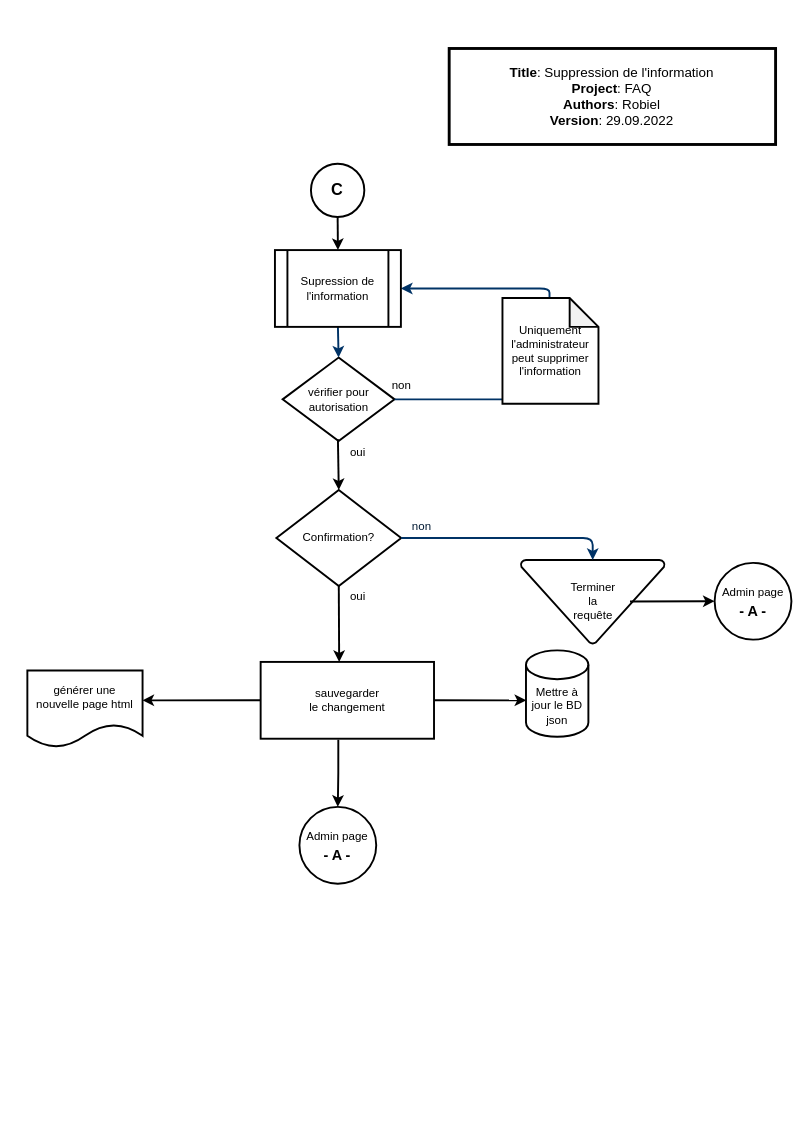
This is document/Suppression de l'information.drawio from robielTes/go_fvaj_faq, a draw.io file, before an edit. Source tidied: cells renumbered, new cells numbered last; positions are measured from the earlier drawing's top-left corner, leaving out a move shared by most shapes. Both pictures are drawn from the tidied source at 96%, with x=0, y=0 at pixel (27, 48).
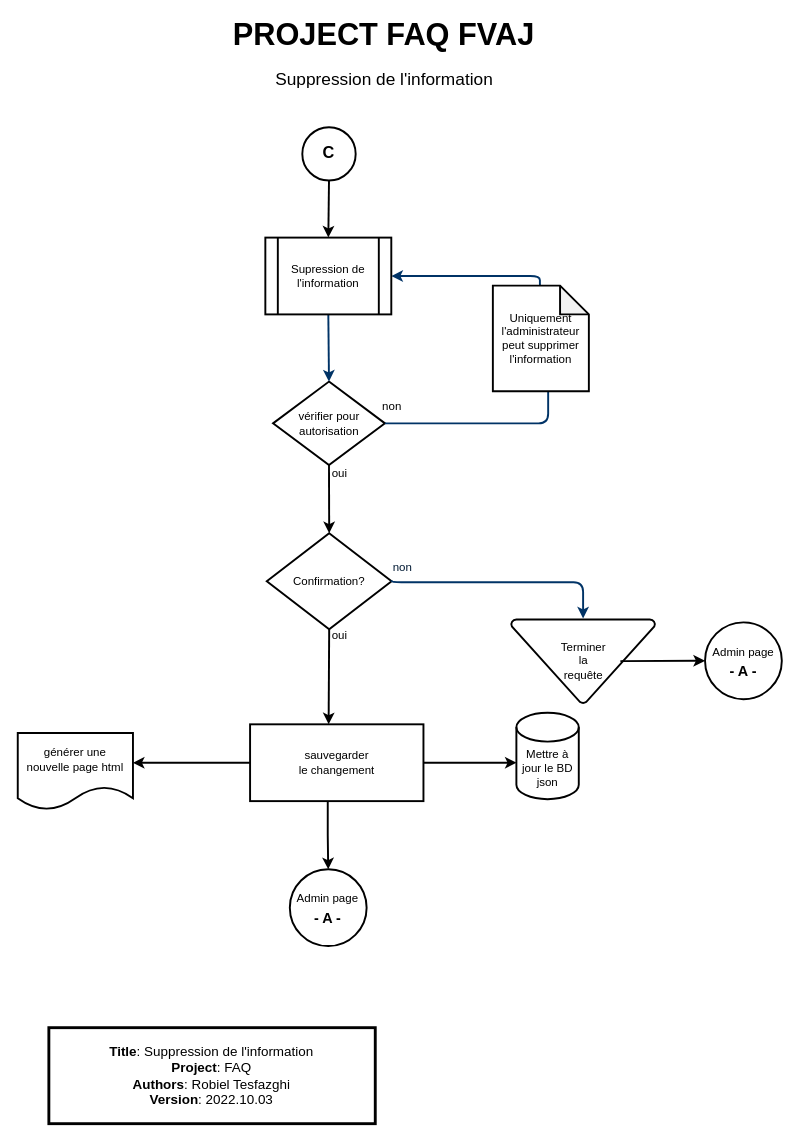
The same page after the edit.

Change to the diagram source:
```diff
@@
     <mxCell id="2" value="&lt;div style=&quot;&quot;&gt;vérifier pour&lt;/div&gt;&lt;div style=&quot;&quot;&gt;autorisation&lt;/div&gt;" style="shape=mxgraph.flowchart.decision;strokeWidth=2;gradientColor=none;gradientDirection=north;fontStyle=0;html=1;" parent="1" vertex="1">
-      <mxGeometry x="265.9" y="322" width="116.6" height="87" as="geometry" />
+      <mxGeometry x="255.9" y="347" width="116.6" height="87" as="geometry" />
     </mxCell>
@@
     <mxCell id="4" style="edgeStyle=elbowEdgeStyle;elbow=horizontal;entryX=0.5;entryY=0.91;entryPerimeter=0;exitX=1;exitY=0.5;exitPerimeter=0;fontStyle=1;strokeColor=#003366;strokeWidth=2;html=1;" parent="1" edge="1" source="2">
-      <mxGeometry x="408.5" y="28.5" as="geometry">
-        <mxPoint x="557.5" y="333.7" as="targetPoint" />
+      <mxGeometry x="398.5" y="15.5" as="geometry">
+        <mxPoint x="547.5" y="320.7" as="targetPoint" />
         <Array as="points">
-          <mxPoint x="552.5" y="360" />
+          <mxPoint x="542.5" y="347" />
         </Array>
       </mxGeometry>
     </mxCell>
     <mxCell id="5" value="non" style="text;fontStyle=0;html=1;strokeColor=none;gradientColor=none;fillColor=none;strokeWidth=2;" parent="1" vertex="1">
-      <mxGeometry x="377.5" y="337" width="40" height="26" as="geometry" />
+      <mxGeometry x="368" y="359" width="40" height="26" as="geometry" />
     </mxCell>
     <mxCell id="6" value="oui" style="text;fontStyle=0;html=1;strokeColor=none;gradientColor=none;fillColor=none;strokeWidth=2;align=center;" parent="1" vertex="1">
-      <mxGeometry x="323.5" y="407" width="40" height="26" as="geometry" />
+      <mxGeometry x="305.4" y="429" width="40" height="26" as="geometry" />
     </mxCell>
     <mxCell id="7" value="Confirmation?" style="shape=mxgraph.flowchart.decision;strokeWidth=2;gradientColor=none;gradientDirection=north;fontStyle=0;html=1;" parent="1" vertex="1">
-      <mxGeometry x="259.4" y="460" width="130" height="100" as="geometry" />
+      <mxGeometry x="249.4" y="505" width="130" height="100" as="geometry" />
     </mxCell>
     <mxCell id="8" value="Terminer &lt;br&gt;la &lt;br&gt;requête" style="shape=mxgraph.flowchart.merge_or_storage;strokeWidth=2;gradientColor=none;gradientDirection=north;fontStyle=0;html=1;" parent="1" vertex="1">
-      <mxGeometry x="513.9" y="532.8" width="150" height="87.2" as="geometry" />
+      <mxGeometry x="503.9" y="594.8" width="150" height="87.2" as="geometry" />
     </mxCell>
-    <mxCell id="9" style="edgeStyle=elbowEdgeStyle;elbow=vertical;exitX=1;exitY=0.5;exitPerimeter=0;entryX=0.5;entryY=0;entryPerimeter=0;fontStyle=1;strokeColor=#003366;strokeWidth=2;html=1;" parent="1" edge="1" source="7" target="8">
-      <mxGeometry x="-220.6" y="-710" as="geometry">
+    <mxCell id="9" style="edgeStyle=elbowEdgeStyle;elbow=vertical;exitX=1;exitY=0.5;exitPerimeter=0;entryX=0.5;entryY=0;entryPerimeter=0;fontStyle=1;strokeColor=#003366;strokeWidth=2;html=1;exitDx=0;exitDy=0;" parent="1" edge="1">
+      <mxGeometry x="-230.6" y="-649" as="geometry">
+        <mxPoint x="379.4" y="554" as="sourcePoint" />
+        <mxPoint x="578.9" y="593.8" as="targetPoint" />
         <Array as="points">
-          <mxPoint x="499.4" y="510" />
+          <mxPoint x="480" y="556" />
         </Array>
       </mxGeometry>
     </mxCell>
     <mxCell id="10" value="non" style="text;fontColor=#001933;fontStyle=0;html=1;strokeColor=none;gradientColor=none;fillColor=none;strokeWidth=2;" parent="1" vertex="1">
-      <mxGeometry x="399.4" y="484" width="40" height="26" as="geometry" />
+      <mxGeometry x="379.1" y="527" width="40" height="26" as="geometry" />
     </mxCell>
     <mxCell id="11" style="edgeStyle=elbowEdgeStyle;elbow=horizontal;exitX=0.5;exitY=0.09;exitPerimeter=0;fontStyle=1;strokeColor=#003366;strokeWidth=2;html=1;entryX=1;entryY=0.5;entryDx=0;entryDy=0;" parent="1" edge="1" target="21">
-      <mxGeometry x="27.5" as="geometry">
-        <mxPoint x="557.5" y="267.3" as="sourcePoint" />
+      <mxGeometry x="17.5" y="-13" as="geometry">
+        <mxPoint x="547.5" y="254.3" as="sourcePoint" />
         <Array as="points">
-          <mxPoint x="543.9" y="210" />
+          <mxPoint x="533.9" y="197" />
         </Array>
       </mxGeometry>
     </mxCell>
     <mxCell id="12" value="oui" style="text;fontStyle=0;html=1;strokeColor=none;gradientColor=none;fillColor=none;strokeWidth=2;align=center;" parent="1" vertex="1">
-      <mxGeometry x="323.6" y="557" width="40" height="26" as="geometry" />
+      <mxGeometry x="305.4" y="597.8" width="40" height="26" as="geometry" />
     </mxCell>
     <mxCell id="13" style="shape=cylinder3;whiteSpace=wrap;html=1;boundedLbl=1;backgroundOutline=1;size=15;strokeWidth=2;" parent="1" vertex="1">
-      <mxGeometry x="519.4" y="627" width="65" height="90" as="geometry" />
+      <mxGeometry x="509.4" y="692" width="65" height="90" as="geometry" />
     </mxCell>
     <mxCell id="14" value="Mettre à jour le BD json" style="text;html=1;strokeColor=none;fillColor=none;align=center;verticalAlign=middle;whiteSpace=wrap;rounded=0;strokeWidth=2;" parent="1" vertex="1">
-      <mxGeometry x="521.9" y="670" width="60" height="30" as="geometry" />
+      <mxGeometry x="511.9" y="735" width="60" height="30" as="geometry" />
     </mxCell>
@@
     <mxCell id="17" value="&lt;span style=&quot;&quot;&gt;générer une&lt;/span&gt;&lt;br style=&quot;&quot;&gt;&lt;span style=&quot;&quot;&gt;nouvelle page html&lt;/span&gt;" style="shape=document;whiteSpace=wrap;html=1;boundedLbl=1;strokeWidth=2;" parent="1" vertex="1">
-      <mxGeometry y="648" width="120" height="80" as="geometry" />
+      <mxGeometry x="-10" y="713" width="120" height="80" as="geometry" />
     </mxCell>
     <mxCell id="18" value="&lt;span style=&quot;&quot;&gt;Uniquement l'administrateur&lt;/span&gt;&lt;br style=&quot;&quot;&gt;&lt;span style=&quot;&quot;&gt;peut&amp;nbsp;&lt;/span&gt;&lt;span style=&quot;background-color: initial;&quot;&gt;supprimer&lt;br&gt;&lt;/span&gt;&lt;span style=&quot;&quot;&gt;l'information&lt;/span&gt;" style="shape=note;whiteSpace=wrap;html=1;backgroundOutline=1;darkOpacity=0.05;strokeWidth=2;" parent="1" vertex="1">
-      <mxGeometry x="494.9" y="260" width="100" height="110" as="geometry" />
+      <mxGeometry x="484.9" y="247" width="100" height="110" as="geometry" />
     </mxCell>
@@
     <mxCell id="20" value="&lt;span style=&quot;&quot;&gt;sauvegarder&lt;/span&gt;&lt;br style=&quot;&quot;&gt;&lt;span style=&quot;&quot;&gt;le changement&lt;/span&gt;" style="rounded=0;whiteSpace=wrap;html=1;strokeWidth=2;" parent="1" vertex="1">
-      <mxGeometry x="243" y="639" width="180.6" height="80" as="geometry" />
+      <mxGeometry x="232" y="704" width="180.6" height="80" as="geometry" />
     </mxCell>
     <mxCell id="21" value="&lt;div style=&quot;&quot;&gt;&lt;span style=&quot;&quot;&gt;Supression de&lt;/span&gt;&lt;br style=&quot;&quot;&gt;&lt;span style=&quot;&quot;&gt;l'information&lt;/span&gt;&lt;br&gt;&lt;/div&gt;" style="shape=process;whiteSpace=wrap;html=1;backgroundOutline=1;strokeWidth=2;" parent="1" vertex="1">
-      <mxGeometry x="257.9" y="210" width="131.2" height="80" as="geometry" />
+      <mxGeometry x="247.9" y="197" width="131.2" height="80" as="geometry" />
     </mxCell>
     <mxCell id="22" value="&lt;b&gt;&lt;font style=&quot;font-size: 17px;&quot;&gt;C&lt;/font&gt;&lt;/b&gt;" style="ellipse;whiteSpace=wrap;html=1;strokeWidth=2;" parent="1" vertex="1">
-      <mxGeometry x="295.4" y="120" width="55.6" height="55.6" as="geometry" />
+      <mxGeometry x="286.4" y="82" width="55.6" height="55.6" as="geometry" />
     </mxCell>
@@
     <mxCell id="24" value="&lt;span style=&quot;font-size: 12px;&quot;&gt;Admin page&lt;/span&gt;&lt;br style=&quot;font-size: 12px;&quot;&gt;&lt;b style=&quot;font-size: 12px;&quot;&gt;&lt;font style=&quot;font-size: 15px;&quot;&gt;- A -&lt;/font&gt;&lt;/b&gt;" style="ellipse;whiteSpace=wrap;html=1;strokeWidth=2;fontSize=17;" parent="1" vertex="1">
-      <mxGeometry x="283.4" y="790" width="80" height="80" as="geometry" />
+      <mxGeometry x="273.4" y="855" width="80" height="80" as="geometry" />
     </mxCell>
     <mxCell id="25" value="&lt;span style=&quot;font-size: 12px;&quot;&gt;Admin page&lt;/span&gt;&lt;br style=&quot;font-size: 12px;&quot;&gt;&lt;b style=&quot;font-size: 12px;&quot;&gt;&lt;font style=&quot;font-size: 15px;&quot;&gt;- A -&lt;/font&gt;&lt;/b&gt;" style="ellipse;whiteSpace=wrap;html=1;strokeWidth=2;fontSize=17;" parent="1" vertex="1">
-      <mxGeometry x="715.9" y="535.8" width="80" height="80" as="geometry" />
+      <mxGeometry x="705.9" y="597.8" width="80" height="80" as="geometry" />
     </mxCell>
@@
-    <mxCell id="28" style="endArrow=classic;html=1;rounded=0;strokeWidth=2;exitX=0;exitY=0;exitDx=0;exitDy=0;entryX=0.5;entryY=0;entryDx=0;entryDy=0;entryPerimeter=0;" parent="1" edge="1" source="6" target="7">
+    <mxCell id="28" style="endArrow=classic;html=1;rounded=0;strokeWidth=2;entryX=0.5;entryY=0;entryDx=0;entryDy=0;entryPerimeter=0;exitX=0.5;exitY=1;exitDx=0;exitDy=0;exitPerimeter=0;" parent="1" edge="1" source="2" target="7">
       <mxGeometry relative="1" as="geometry" />
     </mxCell>
-    <mxCell id="29" value="&lt;font style=&quot;font-size: 14px;&quot;&gt;&lt;b&gt;Title&lt;/b&gt;: Suppression de l'information&lt;br&gt;&lt;b&gt;Project&lt;/b&gt;: FAQ&lt;br&gt;&lt;b&gt;Authors&lt;/b&gt;: Robiel&lt;br&gt;&lt;b&gt;Version&lt;/b&gt;: 29.09.2022&lt;/font&gt;" style="rounded=0;whiteSpace=wrap;html=1;strokeWidth=3;" parent="1" vertex="1">
-      <mxGeometry x="439.4" width="340" height="100" as="geometry" />
+    <mxCell id="29" value="&lt;font style=&quot;font-size: 14px;&quot;&gt;&lt;b&gt;Title&lt;/b&gt;: Suppression de l'information&lt;br&gt;&lt;b&gt;Project&lt;/b&gt;: FAQ&lt;/font&gt;&lt;br style=&quot;font-size: 14px;&quot;&gt;&lt;b style=&quot;font-size: 14px;&quot;&gt;Authors&lt;/b&gt;&lt;span style=&quot;font-size: 14px;&quot;&gt;: Robiel Tesfazghi&lt;/span&gt;&lt;br style=&quot;font-size: 14px;&quot;&gt;&lt;b style=&quot;font-size: 14px;&quot;&gt;Version&lt;/b&gt;&lt;span style=&quot;font-size: 14px;&quot;&gt;: 2022.10.03&lt;/span&gt;" style="rounded=0;whiteSpace=wrap;html=1;strokeWidth=3;" parent="1" vertex="1">
+      <mxGeometry x="22.4" y="1020" width="340" height="100" as="geometry" />
     </mxCell>
+    <mxCell id="30" value="&lt;b&gt;&lt;font style=&quot;font-size: 32px;&quot;&gt;PROJECT FAQ FVAJ&lt;/font&gt;&lt;/b&gt;" style="text;html=1;strokeColor=none;fillColor=none;align=center;verticalAlign=middle;whiteSpace=wrap;rounded=0;fontSize=24;" parent="1" vertex="1">
+      <mxGeometry x="193.9" y="-29" width="355.2" height="30" as="geometry" />
+    </mxCell>
+    <mxCell id="31" value="&lt;font style=&quot;font-size: 18px;&quot;&gt;Suppression de l'information&lt;/font&gt;" style="text;html=1;strokeColor=none;fillColor=none;align=center;verticalAlign=middle;whiteSpace=wrap;rounded=0;fontSize=24;" parent="1" vertex="1">
+      <mxGeometry x="231.5" y="16" width="280" height="30" as="geometry" />
+    </mxCell>
```
